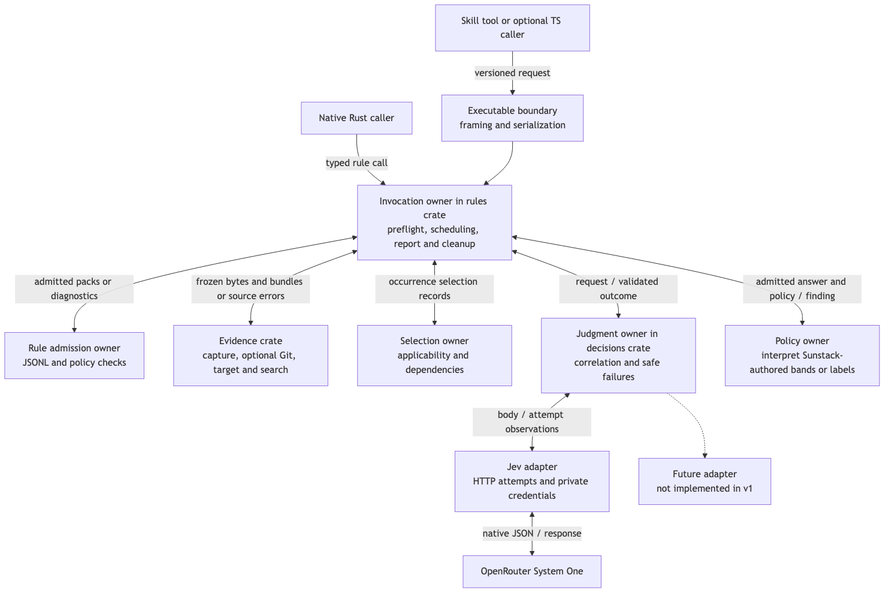
Earlier version of the Mermaid export docs/specs/2026-10-12-rust-rule-engine/assets/program-components.png (ShravanSunder/sunstack-tools). Its source is kept beside it as docs/specs/2026-10-12-rust-rule-engine/assets/program-components.mmd.
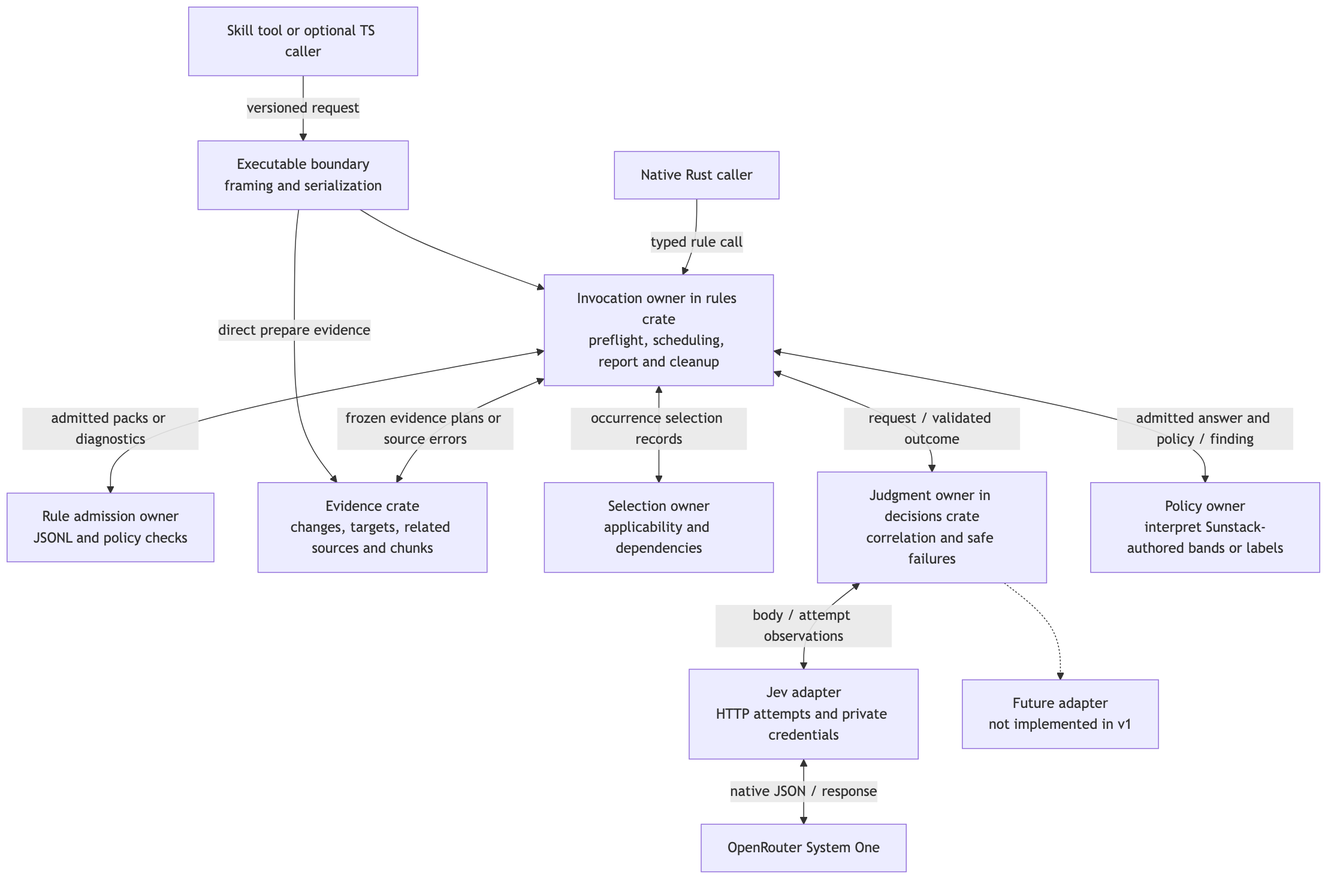
After the change.

What changed in the source:
```diff
@@ -3,7 +3,8 @@
   P["Skill tool or optional TS caller"] -->|"versioned request"| C["Executable boundary<br/>framing and serialization"]
   C --> O
   O <-->|"admitted packs or diagnostics"| R["Rule admission owner<br/>JSONL and policy checks"]
-  O <-->|"frozen bytes and bundles or source errors"| E["Evidence crate<br/>capture, optional Git, target and search"]
+  O <-->|"frozen evidence plans or source errors"| E["Evidence crate<br/>changes, targets, related sources and chunks"]
+  C -->|"direct prepare evidence"| E
   O <-->|"occurrence selection records"| F["Selection owner<br/>applicability and dependencies"]
   O <-->|"request / validated outcome"| J["Judgment owner in decisions crate<br/>correlation and safe failures"]
   J <-->|"body / attempt observations"| B["Jev adapter<br/>HTTP attempts and private credentials"]
```
